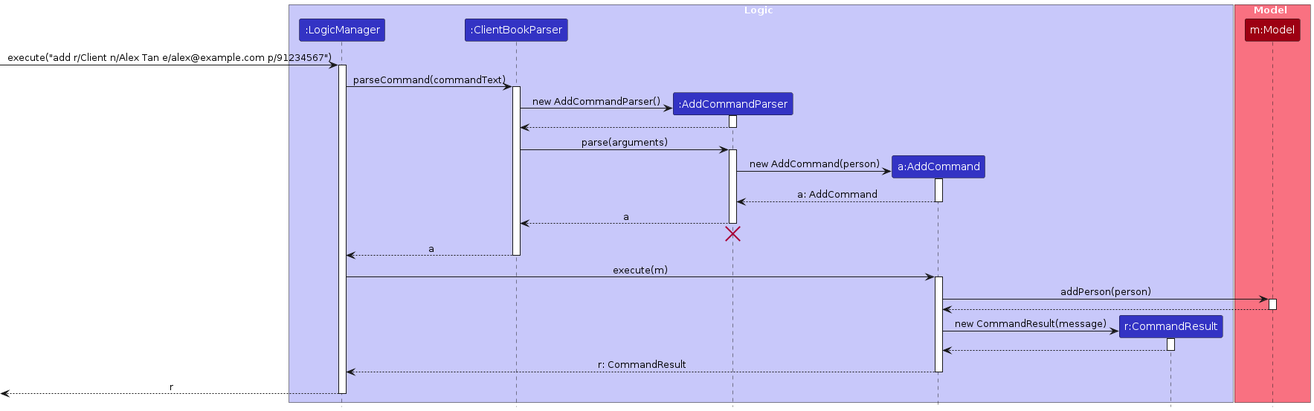
Above: diagrams/AddSequenceDiagram.png in AY2627S1-CS2103T-F14a-4/tp (PlantUML), before the change. Its source is kept beside it as diagrams/AddSequenceDiagram.puml.
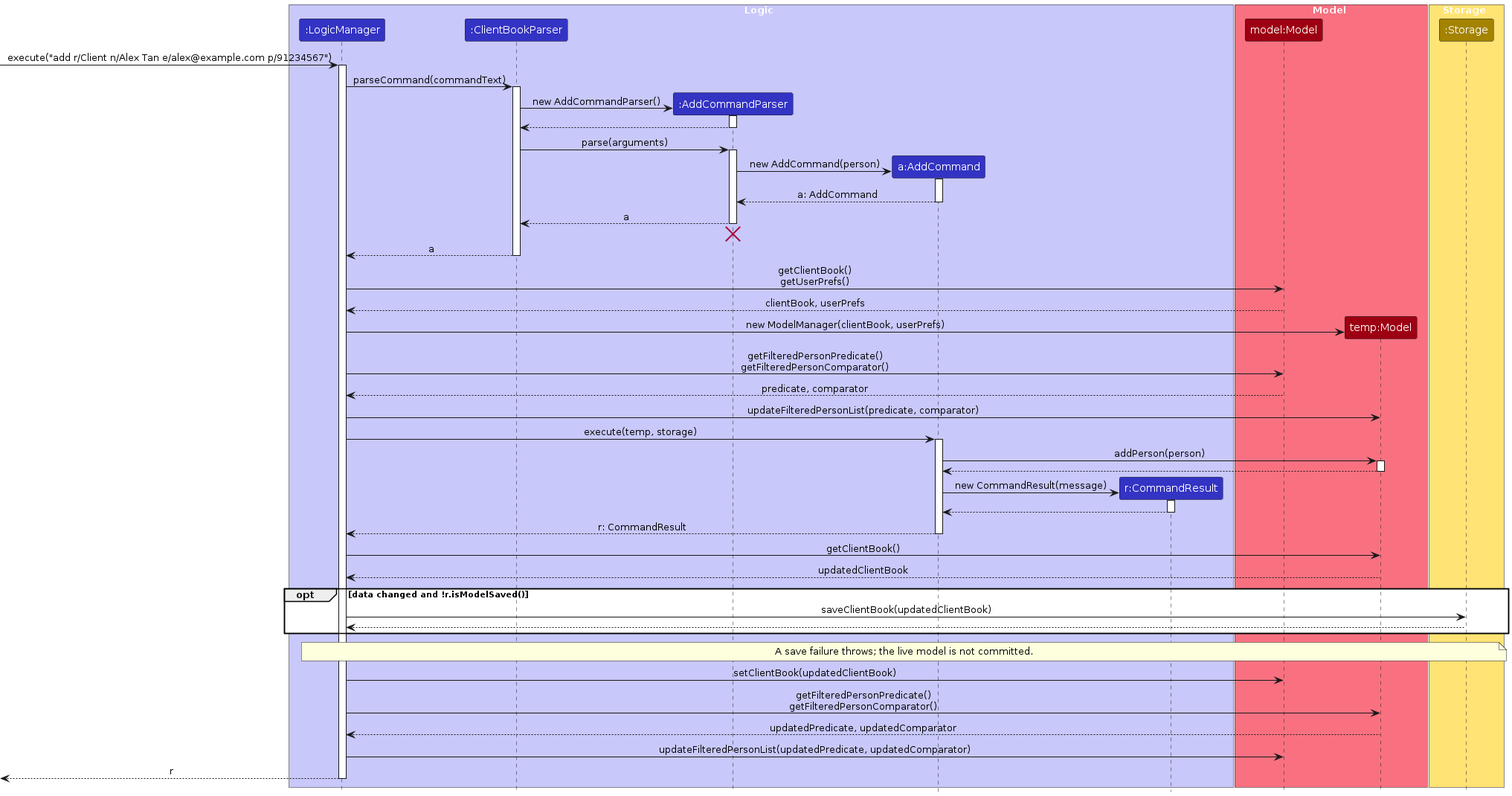
After the commit.

The edit, as a diff of the source:
```diff
@@ -11,7 +11,12 @@
 end box
 
 box Model MODEL_COLOR_T1
-participant "m:Model" as Model MODEL_COLOR
+participant "model:Model" as Model MODEL_COLOR
+participant "temp:Model" as Temp MODEL_COLOR
+end box
+
+box Storage STORAGE_COLOR_T1
+participant ":Storage" as Storage STORAGE_COLOR
 end box
 
 [-> LogicManager : execute("add r/Client n/Alex Tan e/alex@example.com p/91234567")
@@ -45,14 +50,22 @@
 ClientBookParser --> LogicManager : a
 deactivate ClientBookParser
 
-LogicManager -> AddCommand : execute(m)
+LogicManager -> Model : getClientBook()\ngetUserPrefs()
+Model --> LogicManager : clientBook, userPrefs
+create Temp
+LogicManager -> Temp : new ModelManager(clientBook, userPrefs)
+LogicManager -> Model : getFilteredPersonPredicate()\ngetFilteredPersonComparator()
+Model --> LogicManager : predicate, comparator
+LogicManager -> Temp : updateFilteredPersonList(predicate, comparator)
+
+LogicManager -> AddCommand : execute(temp, storage)
 activate AddCommand
 
-AddCommand -> Model : addPerson(person)
-activate Model
+AddCommand -> Temp : addPerson(person)
+activate Temp
 
-Model --> AddCommand
-deactivate Model
+Temp --> AddCommand
+deactivate Temp
 
 create CommandResult
 AddCommand -> CommandResult : new CommandResult(message)
@@ -64,6 +77,18 @@
 AddCommand --> LogicManager : r: CommandResult
 deactivate AddCommand
 
+LogicManager -> Temp : getClientBook()
+Temp --> LogicManager : updatedClientBook
+opt data changed and !r.isModelSaved()
+LogicManager -> Storage : saveClientBook(updatedClientBook)
+Storage --> LogicManager
+end
+note over LogicManager, Storage : A save failure throws; the live model is not committed.
+LogicManager -> Model : setClientBook(updatedClientBook)
+LogicManager -> Temp : getFilteredPersonPredicate()\ngetFilteredPersonComparator()
+Temp --> LogicManager : updatedPredicate, updatedComparator
+LogicManager -> Model : updateFilteredPersonList(updatedPredicate, updatedComparator)
+
 [<-- LogicManager : r
 deactivate LogicManager
 @enduml
```
